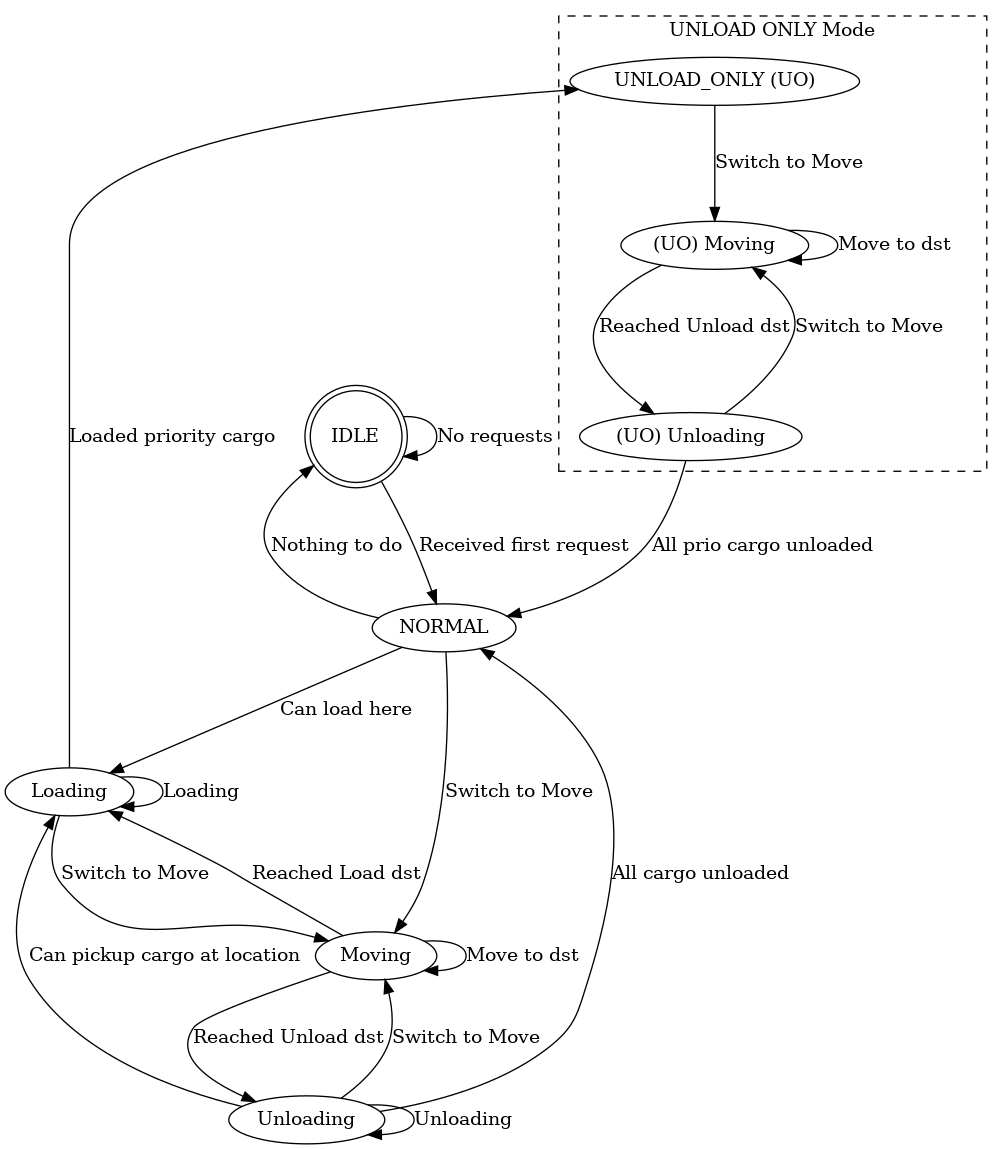
xhosad00/ATA_1 keeps this Graphviz diagram as cartctl/diagrams/CartStatus.png. Above is the earlier version. Its source is kept beside it as cartctl/diagrams/CartStatus.dot. Its diagram source:
```dot
digraph CartStatus {
    rankdir=TB;
    nodesep=0.3;
    ranksep=1.0;

    IDLE [shape=doublecircle];
    NORMAL;
    Moving;
    Unloading;
    Loading;

    subgraph cluster_UO {
        label="UNLOAD ONLY Mode";
        style=dashed;
        "UNLOAD_ONLY (UO)";
        "(UO) Moving";
        "(UO) Unloading";
    }

    IDLE -> NORMAL [label="Received first request"];
    IDLE -> IDLE [label="No requests"];
    NORMAL -> IDLE [label="Nothing to do"];
    NORMAL -> Moving [label="Switch to Move"];
    NORMAL -> Loading [label="Can load here"];

    Moving -> Unloading [label="Reached Unload dst"];
    Moving -> Moving [label="Move to dst"];
    Moving -> Loading [label="Reached Load dst"];

    Loading -> Loading [label="Loading"];
    Loading -> Moving [label="Switch to Move"];
    Loading -> "UNLOAD_ONLY (UO)" [label="Loaded priority cargo"];

    Unloading -> Loading [label="Can pickup cargo at location"];
    Unloading -> Moving [label="Switch to Move"];
    Unloading -> Unloading [label="Unloading"];
    Unloading -> NORMAL [label="All cargo unloaded"];

    "UNLOAD_ONLY (UO)" -> "(UO) Moving" [label="Switch to Move"];

    "(UO) Moving" -> "(UO) Moving" [label="Move to dst"];
    "(UO) Moving" -> "(UO) Unloading" [label="Reached Unload dst"];

    "(UO) Unloading" -> "(UO) Moving" [label="Switch to Move"];
    "(UO) Unloading" -> NORMAL [label="All prio cargo unloaded"];
}
```
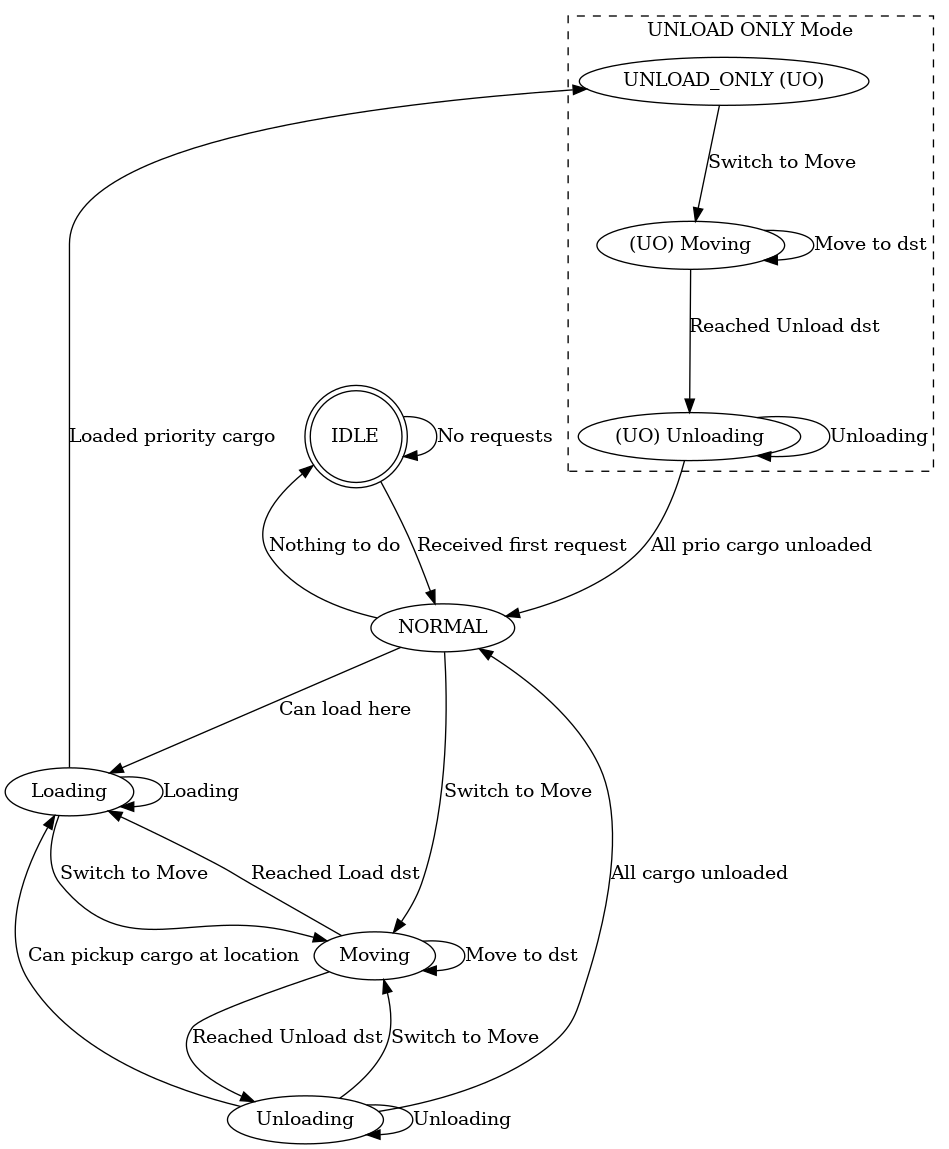
After the commit.

Commit message:
CartStatus diagram final

Diff of the diagram source:
```diff
@@ -41,6 +41,6 @@
     "(UO) Moving" -> "(UO) Moving" [label="Move to dst"];
     "(UO) Moving" -> "(UO) Unloading" [label="Reached Unload dst"];
 
-    "(UO) Unloading" -> "(UO) Moving" [label="Switch to Move"];
+    "(UO) Unloading" -> "(UO) Unloading" [label="Unloading"];
     "(UO) Unloading" -> NORMAL [label="All prio cargo unloaded"];
 }
```
